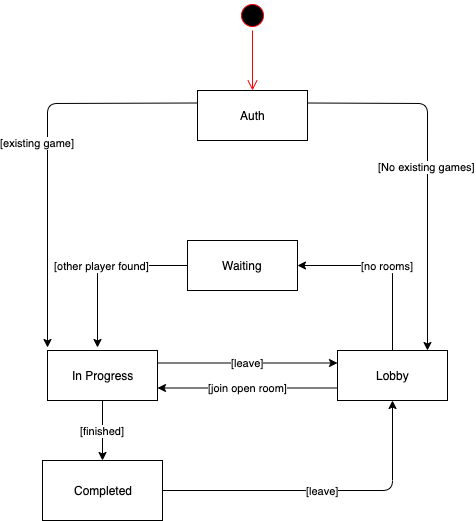
Earlier version of the draw.io export documentation/new-games.png (garrypas/scoparella.api). Source tidied: cells renumbered, new cells last; positions are measured from the earlier drawing's top-left corner, leaving out a move shared by most shapes.
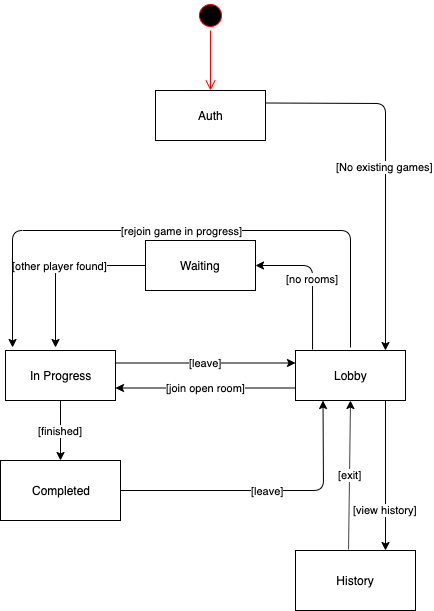
The same diagram one commit later.

What changed in the source:
```diff
@@ -19,14 +19,6 @@
         <mxPoint x="-25" y="-25" as="offset" />
       </mxGeometry>
     </mxCell>
-    <mxCell id="6" value="[existing game]" style="endArrow=classic;html=1;exitX=0;exitY=0.25;exitDx=0;exitDy=0;" parent="1" edge="1" source="2">
-      <mxGeometry x="-0.04" y="-10" relative="1" as="geometry">
-        <mxPoint x="5" y="347" as="targetPoint" />
-        <Array as="points">
-          <mxPoint x="5" y="103" />
-        </Array>
-      </mxGeometry>
-    </mxCell>
     <mxCell id="7" value="Waiting" style="html=1;" parent="1" vertex="1">
       <mxGeometry x="145" y="240" width="110" height="50" as="geometry" />
     </mxCell>
@@ -36,10 +28,10 @@
     <mxCell id="9" value="[join open room]" style="endArrow=classic;html=1;entryX=1;entryY=0.75;entryDx=0;entryDy=0;exitX=0;exitY=0.75;exitDx=0;exitDy=0;" parent="1" edge="1" source="4" target="3">
       <mxGeometry relative="1" as="geometry" />
     </mxCell>
-    <mxCell id="10" value="[no rooms]" style="endArrow=classic;html=1;entryX=1;entryY=0.5;entryDx=0;entryDy=0;exitX=0.5;exitY=0;exitDx=0;exitDy=0;" parent="1" edge="1" source="4" target="7">
+    <mxCell id="10" value="[no rooms]" style="endArrow=classic;html=1;entryX=1;entryY=0.5;entryDx=0;entryDy=0;exitX=0.155;exitY=-0.02;exitDx=0;exitDy=0;exitPerimeter=0;" parent="1" edge="1" source="4" target="7">
       <mxGeometry relative="1" as="geometry">
         <Array as="points">
-          <mxPoint x="350" y="265" />
+          <mxPoint x="312" y="265" />
         </Array>
       </mxGeometry>
     </mxCell>
@@ -57,10 +49,10 @@
     <mxCell id="13" value="[finished]" style="endArrow=classic;html=1;entryX=0.5;entryY=0;entryDx=0;entryDy=0;exitX=0.5;exitY=1;exitDx=0;exitDy=0;" parent="1" edge="1" source="3" target="12">
       <mxGeometry relative="1" as="geometry" />
     </mxCell>
-    <mxCell id="14" value="[leave]" style="endArrow=classic;html=1;entryX=0.5;entryY=1;entryDx=0;entryDy=0;exitX=1;exitY=0.5;exitDx=0;exitDy=0;" parent="1" edge="1" source="12" target="4">
+    <mxCell id="14" value="[leave]" style="endArrow=classic;html=1;entryX=0.25;entryY=1;entryDx=0;entryDy=0;exitX=1;exitY=0.5;exitDx=0;exitDy=0;" parent="1" edge="1" source="12" target="4">
       <mxGeometry relative="1" as="geometry">
         <Array as="points">
-          <mxPoint x="350" y="490" />
+          <mxPoint x="323" y="490" />
         </Array>
       </mxGeometry>
     </mxCell>
@@ -72,5 +64,23 @@
         <mxPoint x="210" y="90" as="targetPoint" />
       </mxGeometry>
     </mxCell>
+    <mxCell id="17" value="[rejoin game in progress]" style="endArrow=classic;html=1;entryX=0.064;entryY=-0.06;entryDx=0;entryDy=0;entryPerimeter=0;" parent="1" edge="1" target="3">
+      <mxGeometry relative="1" as="geometry">
+        <mxPoint x="350" y="347" as="sourcePoint" />
+        <Array as="points">
+          <mxPoint x="350" y="230" />
+          <mxPoint x="12" y="230" />
+        </Array>
+      </mxGeometry>
+    </mxCell>
+    <mxCell id="18" value="History" style="rounded=0;whiteSpace=wrap;html=1;" parent="1" vertex="1">
+      <mxGeometry x="295" y="550" width="120" height="60" as="geometry" />
+    </mxCell>
+    <mxCell id="19" value="[view history]" style="endArrow=classic;html=1;entryX=0.75;entryY=0;entryDx=0;entryDy=0;exitX=0.818;exitY=1;exitDx=0;exitDy=0;exitPerimeter=0;" parent="1" edge="1" source="4" target="18">
+      <mxGeometry x="0.47" relative="1" as="geometry" />
+    </mxCell>
+    <mxCell id="20" value="[exit]" style="endArrow=classic;html=1;entryX=0.5;entryY=1;entryDx=0;entryDy=0;exitX=0.442;exitY=-0.017;exitDx=0;exitDy=0;exitPerimeter=0;" parent="1" edge="1" source="18" target="4">
+      <mxGeometry relative="1" as="geometry" />
+    </mxCell>
   </root>
 </mxGraphModel>
```
